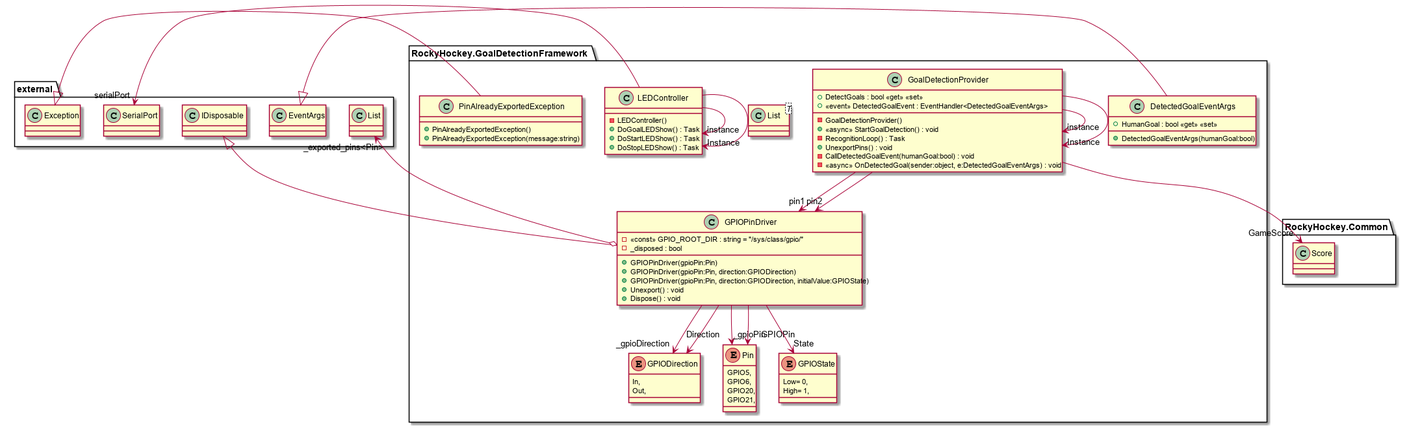
R-Studios/Rocky-Hockey-IV keeps this PlantUML diagram as diagrams/RockyHockey.GoalDetectionFramework.png. Above is the earlier version. Its diagram source:
```plantuml
@startuml
namespace RockyHockey.GoalDetectionFramework {
	class DetectedGoalEventArgs {
	    + DetectedGoalEventArgs(humanGoal:bool)
	    + HumanGoal : bool <<get>> <<set>>
	}
	external.EventArgs <|-- DetectedGoalEventArgs
}
namespace RockyHockey.GoalDetectionFramework {
	class GoalDetectionProvider {
	    - GoalDetectionProvider()
	    + DetectGoals : bool <<get>> <<set>>
	    +  <<event>> DetectedGoalEvent : EventHandler<DetectedGoalEventArgs>
	    + <<async>> StartGoalDetection() : void
	    - RecognitionLoop() : Task
	    + UnexportPins() : void
	    - CallDetectedGoalEvent(humanGoal:bool) : void
	    - <<async>> OnDetectedGoal(sender:object, e:DetectedGoalEventArgs) : void
	}
	GoalDetectionProvider --> "instance" GoalDetectionProvider
	GoalDetectionProvider --> "pin1" RockyHockey.GoalDetectionFramework.GPIOPinDriver
	GoalDetectionProvider --> "pin2" RockyHockey.GoalDetectionFramework.GPIOPinDriver
	GoalDetectionProvider --> "GameScore" RockyHockey.Common.Score
	GoalDetectionProvider --> "Instance" GoalDetectionProvider
}
namespace RockyHockey.GoalDetectionFramework {
	enum GPIODirection {
	    In,
	    Out,
	}
}
namespace RockyHockey.GoalDetectionFramework {
	class GPIOPinDriver {
	    - <<const>> GPIO_ROOT_DIR : string = "/sys/class/gpio/"
	    - _disposed : bool
	    + GPIOPinDriver(gpioPin:Pin)
	    + GPIOPinDriver(gpioPin:Pin, direction:GPIODirection)
	    + GPIOPinDriver(gpioPin:Pin, direction:GPIODirection, initialValue:GPIOState)
	    + Unexport() : void
	    + Dispose() : void
	}
	class List<T> {
	}
	external.IDisposable <|-- GPIOPinDriver
	GPIOPinDriver o-> "_exported_pins<Pin>" external.List
	GPIOPinDriver --> "_gpioPin" RockyHockey.GoalDetectionFramework.Pin
	GPIOPinDriver --> "GPIOPin" RockyHockey.GoalDetectionFramework.Pin
	GPIOPinDriver --> "_gpioDirection" RockyHockey.GoalDetectionFramework.GPIODirection
	GPIOPinDriver --> "Direction" RockyHockey.GoalDetectionFramework.GPIODirection
	GPIOPinDriver --> "State" RockyHockey.GoalDetectionFramework.GPIOState
}
namespace RockyHockey.GoalDetectionFramework {
	enum GPIOState {
	    Low= 0,
	    High= 1,
	}
}
namespace RockyHockey.GoalDetectionFramework {
	class LEDController {
	    - LEDController()
	    + DoGoalLEDShow() : Task
	    + DoStartLEDShow() : Task
	    + DoStopLEDShow() : Task
	}
	LEDController --> "instance" LEDController
	LEDController --> "Instance" LEDController
	LEDController --> "serialPort" external.SerialPort
}
namespace RockyHockey.GoalDetectionFramework {
	enum Pin {
	    GPIO5,
	    GPIO6,
	    GPIO20,
	    GPIO21,
	}
}
namespace RockyHockey.GoalDetectionFramework {
	class PinAlreadyExportedException {
	    + PinAlreadyExportedException()
	    + PinAlreadyExportedException(message:string)
	}
	external.Exception <|-- PinAlreadyExportedException
}
@enduml
```
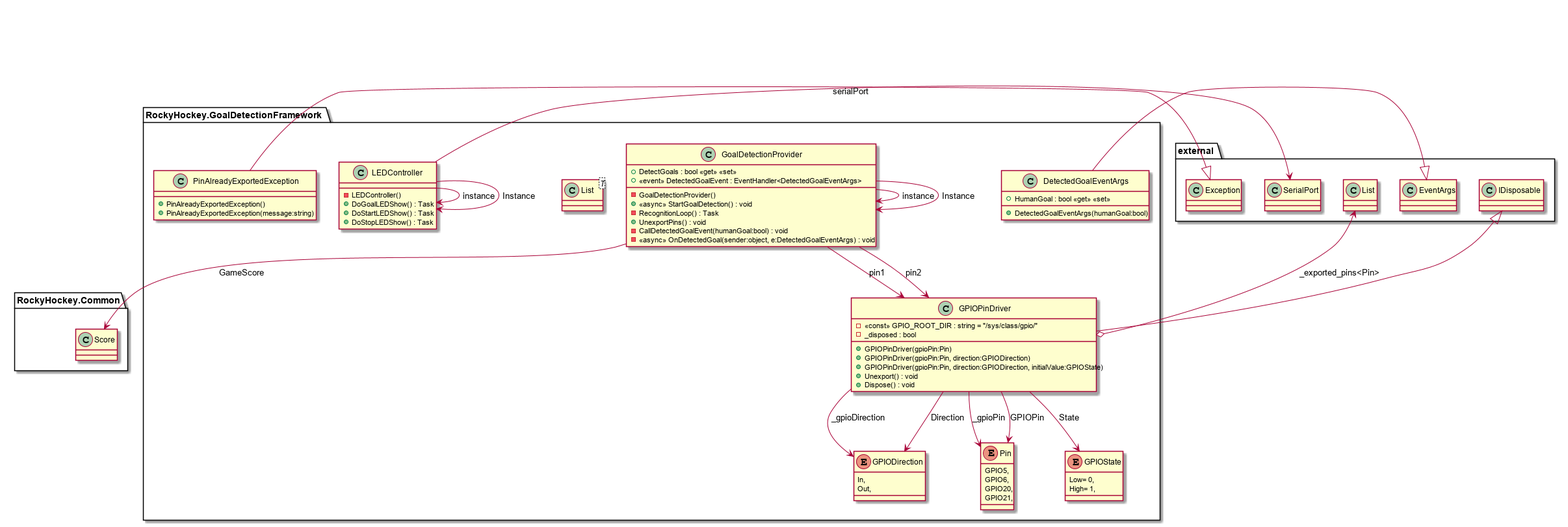
The same file after the commit.

The edit, as a diff of the source:
```diff
@@ -17,11 +17,11 @@
 	    - CallDetectedGoalEvent(humanGoal:bool) : void
 	    - <<async>> OnDetectedGoal(sender:object, e:DetectedGoalEventArgs) : void
 	}
-	GoalDetectionProvider --> "instance" GoalDetectionProvider
-	GoalDetectionProvider --> "pin1" RockyHockey.GoalDetectionFramework.GPIOPinDriver
-	GoalDetectionProvider --> "pin2" RockyHockey.GoalDetectionFramework.GPIOPinDriver
-	GoalDetectionProvider --> "GameScore" RockyHockey.Common.Score
-	GoalDetectionProvider --> "Instance" GoalDetectionProvider
+	GoalDetectionProvider --> GoalDetectionProvider : instance
+	GoalDetectionProvider --> RockyHockey.GoalDetectionFramework.GPIOPinDriver : pin1
+	GoalDetectionProvider --> RockyHockey.GoalDetectionFramework.GPIOPinDriver : pin2
+	GoalDetectionProvider --> RockyHockey.Common.Score : GameScore
+	GoalDetectionProvider --> GoalDetectionProvider : Instance
 }
 namespace RockyHockey.GoalDetectionFramework {
 	enum GPIODirection {
@@ -42,12 +42,12 @@
 	class List<T> {
 	}
 	external.IDisposable <|-- GPIOPinDriver
-	GPIOPinDriver o-> "_exported_pins<Pin>" external.List
-	GPIOPinDriver --> "_gpioPin" RockyHockey.GoalDetectionFramework.Pin
-	GPIOPinDriver --> "GPIOPin" RockyHockey.GoalDetectionFramework.Pin
-	GPIOPinDriver --> "_gpioDirection" RockyHockey.GoalDetectionFramework.GPIODirection
-	GPIOPinDriver --> "Direction" RockyHockey.GoalDetectionFramework.GPIODirection
-	GPIOPinDriver --> "State" RockyHockey.GoalDetectionFramework.GPIOState
+	GPIOPinDriver o-> external.List : _exported_pins<Pin>
+	GPIOPinDriver --> RockyHockey.GoalDetectionFramework.Pin : _gpioPin
+	GPIOPinDriver --> RockyHockey.GoalDetectionFramework.Pin : GPIOPin
+	GPIOPinDriver --> RockyHockey.GoalDetectionFramework.GPIODirection : _gpioDirection
+	GPIOPinDriver --> RockyHockey.GoalDetectionFramework.GPIODirection : Direction
+	GPIOPinDriver --> RockyHockey.GoalDetectionFramework.GPIOState : State
 }
 namespace RockyHockey.GoalDetectionFramework {
 	enum GPIOState {
@@ -62,9 +62,9 @@
 	    + DoStartLEDShow() : Task
 	    + DoStopLEDShow() : Task
 	}
-	LEDController --> "instance" LEDController
-	LEDController --> "Instance" LEDController
-	LEDController --> "serialPort" external.SerialPort
+	LEDController --> LEDController : instance
+	LEDController --> LEDController : Instance
+	LEDController --> external.SerialPort : serialPort
 }
 namespace RockyHockey.GoalDetectionFramework {
 	enum Pin {
```
